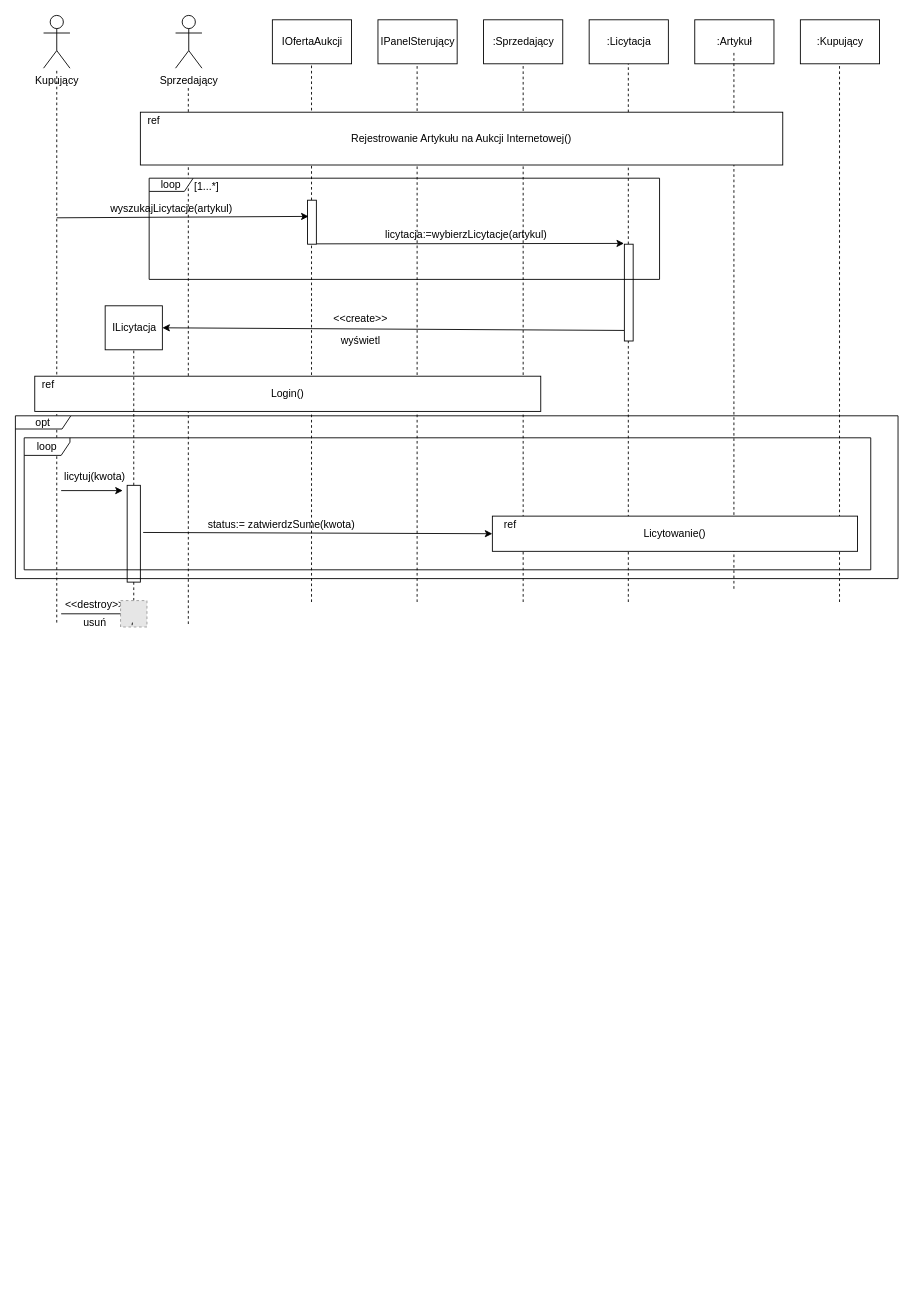
Before: Projekt5.drawio in kamilmix/e-learning_UCD, a draw.io diagram. Source tidied: cells renumbered, new cells numbered last; positions are measured from the earlier drawing's top-left corner, leaving out a move shared by most shapes. Both pictures are drawn from the tidied source at 88%, with x=0, y=0 at pixel (15, 15). Pictures stored in the file or linked from it are replaced by grey dashed boxes.
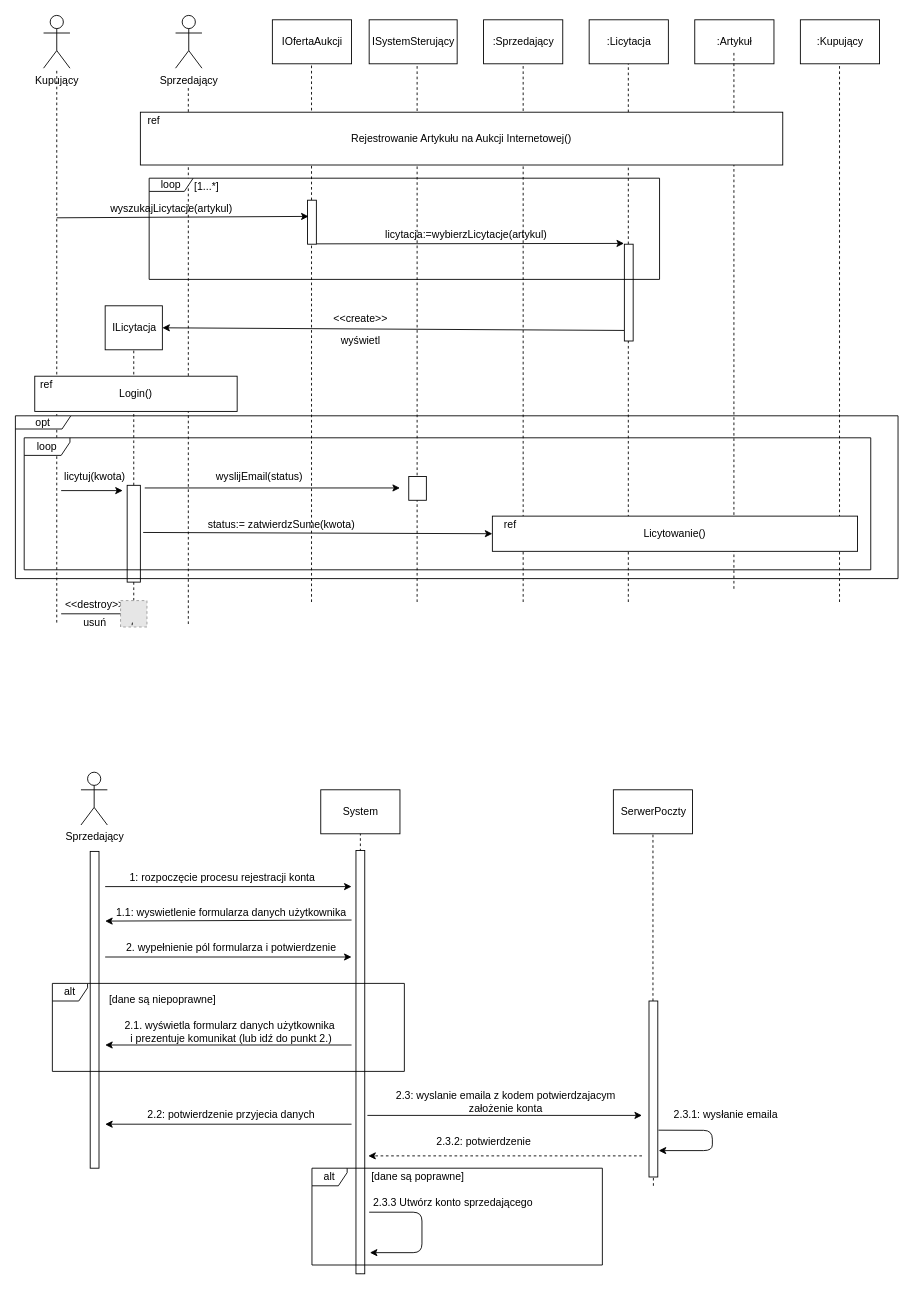
After the change.

Change to the diagram source:
```diff
@@
-    <mxCell id="7" value="IPanelSterujący" style="html=1;" parent="1" vertex="1">
-      <mxGeometry x="412" y="5" width="90" height="50" as="geometry" />
+    <mxCell id="7" value="ISystemSterujący" style="html=1;" parent="1" vertex="1">
+      <mxGeometry x="402" y="5" width="100" height="50" as="geometry" />
     </mxCell>
@@
-    <mxCell id="34" value="Login()" style="rounded=0;whiteSpace=wrap;html=1;fillColor=#ffffff;" parent="1" vertex="1">
-      <mxGeometry x="22" y="410" width="575" height="40" as="geometry" />
-    </mxCell>
-    <mxCell id="35" value="ref" style="text;html=1;align=center;verticalAlign=middle;" parent="1" vertex="1">
-      <mxGeometry x="22" y="410" width="30" height="20" as="geometry" />
-    </mxCell>
@@
+    <mxCell id="52" value="Sprzedający" style="shape=umlActor;verticalLabelPosition=bottom;labelBackgroundColor=#ffffff;verticalAlign=top;html=1;fillColor=#ffffff;" parent="1" vertex="1">
+      <mxGeometry x="74.5" y="860" width="30" height="60" as="geometry" />
+    </mxCell>
+    <mxCell id="53" style="html=1;perimeter=orthogonalPerimeter;fillColor=#ffffff;" parent="1" vertex="1">
+      <mxGeometry x="85" y="950" width="10" height="360" as="geometry" />
+    </mxCell>
+    <mxCell id="54" value="System" style="html=1;" parent="1" vertex="1">
+      <mxGeometry x="347" y="880" width="90" height="50" as="geometry" />
+    </mxCell>
+    <mxCell id="55" value="SerwerPoczty" style="html=1;" parent="1" vertex="1">
+      <mxGeometry x="679.5" y="880" width="90" height="50" as="geometry" />
+    </mxCell>
+    <mxCell id="56" style="endArrow=none;dashed=1;html=1;entryX=0.5;entryY=1;entryDx=0;entryDy=0;" parent="1" edge="1" target="54">
+      <mxGeometry relative="1" as="geometry">
+        <mxPoint x="392" y="1430" as="sourcePoint" />
+      </mxGeometry>
+    </mxCell>
+    <mxCell id="57" style="endArrow=classic;html=1;" parent="1" edge="1">
+      <mxGeometry relative="1" as="geometry">
+        <mxPoint x="102" y="990" as="sourcePoint" />
+        <mxPoint x="382" y="990" as="targetPoint" />
+      </mxGeometry>
+    </mxCell>
+    <mxCell id="58" value="1: rozpoczęcie procesu rejestracji konta" style="text;html=1;align=center;verticalAlign=middle;" parent="1" vertex="1">
+      <mxGeometry x="119.5" y="970" width="230" height="20" as="geometry" />
+    </mxCell>
+    <mxCell id="59" style="endArrow=classic;html=1;entryX=-0.009;entryY=0.96;entryDx=0;entryDy=0;entryPerimeter=0;" parent="1" edge="1" target="60">
+      <mxGeometry relative="1" as="geometry">
+        <mxPoint x="382" y="1028" as="sourcePoint" />
+      </mxGeometry>
+    </mxCell>
+    <mxCell id="60" value="1.1: wyswietlenie formularza danych użytkownika" style="text;html=1;align=center;verticalAlign=middle;points=[];" parent="1" vertex="1">
+      <mxGeometry x="104.5" y="1010" width="280" height="20" as="geometry" />
+    </mxCell>
+    <mxCell id="61" style="endArrow=classic;html=1;" parent="1" edge="1">
+      <mxGeometry relative="1" as="geometry">
+        <mxPoint x="102" y="1070" as="sourcePoint" />
+        <mxPoint x="382" y="1070" as="targetPoint" />
+      </mxGeometry>
+    </mxCell>
+    <mxCell id="62" value="2. wypełnienie pól formularza i potwierdzenie" style="text;html=1;align=center;verticalAlign=middle;" parent="1" vertex="1">
+      <mxGeometry x="119.5" y="1050" width="250" height="20" as="geometry" />
+    </mxCell>
+    <mxCell id="63" style="endArrow=classic;html=1;" parent="1" edge="1">
+      <mxGeometry relative="1" as="geometry">
+        <mxPoint x="382" y="1170" as="sourcePoint" />
+        <mxPoint x="102" y="1170" as="targetPoint" />
+      </mxGeometry>
+    </mxCell>
+    <mxCell id="64" value="2.1. wyświetla formularz danych użytkownika&amp;nbsp;&lt;br&gt;i prezentuje komunikat (lub idź do punkt 2.)" style="text;html=1;align=center;verticalAlign=middle;" parent="1" vertex="1">
+      <mxGeometry x="114.5" y="1140" width="260" height="30" as="geometry" />
+    </mxCell>
+    <mxCell id="65" value="[dane są niepoprawne]" style="text;html=1;align=center;verticalAlign=middle;" parent="1" vertex="1">
+      <mxGeometry x="97" y="1109" width="140" height="20" as="geometry" />
+    </mxCell>
+    <mxCell id="66" value="2.2: potwierdzenie przyjecia danych" style="text;html=1;align=center;verticalAlign=middle;" parent="1" vertex="1">
+      <mxGeometry x="139.5" y="1240" width="210" height="20" as="geometry" />
+    </mxCell>
+    <mxCell id="67" style="endArrow=classic;html=1;" parent="1" edge="1">
+      <mxGeometry relative="1" as="geometry">
+        <mxPoint x="382" y="1260" as="sourcePoint" />
+        <mxPoint x="102" y="1260" as="targetPoint" />
+      </mxGeometry>
+    </mxCell>
+    <mxCell id="68" style="html=1;points=[];perimeter=orthogonalPerimeter;fillColor=#ffffff;" parent="1" vertex="1">
+      <mxGeometry x="387" y="949" width="10" height="481" as="geometry" />
+    </mxCell>
+    <mxCell id="69" value="alt" style="shape=umlFrame;whiteSpace=wrap;html=1;fillColor=#ffffff;width=40;height=20;" parent="1" vertex="1">
+      <mxGeometry x="42" y="1100" width="400" height="100" as="geometry" />
+    </mxCell>
+    <mxCell id="70" style="endArrow=none;dashed=1;html=1;entryX=0.5;entryY=1;entryDx=0;entryDy=0;" parent="1" edge="1" source="75" target="55">
+      <mxGeometry relative="1" as="geometry" />
+    </mxCell>
+    <mxCell id="71" style="endArrow=classic;html=1;" parent="1" edge="1">
+      <mxGeometry relative="1" as="geometry">
+        <mxPoint x="400" y="1250" as="sourcePoint" />
+        <mxPoint x="712" y="1250" as="targetPoint" />
+      </mxGeometry>
+    </mxCell>
+    <mxCell id="72" value="2.3: wyslanie emaila z kodem potwierdzajacym&lt;br&gt;założenie konta" style="text;html=1;align=center;verticalAlign=middle;" parent="1" vertex="1">
+      <mxGeometry x="422" y="1220" width="270" height="30" as="geometry" />
+    </mxCell>
+    <mxCell id="73" style="endArrow=classic;html=1;dashed=1;" parent="1" edge="1">
+      <mxGeometry relative="1" as="geometry">
+        <mxPoint x="712" y="1296" as="sourcePoint" />
+        <mxPoint x="401" y="1296" as="targetPoint" />
+      </mxGeometry>
+    </mxCell>
+    <mxCell id="74" value="2.3.2: potwierdzenie" style="text;html=1;align=center;verticalAlign=middle;" parent="1" vertex="1">
+      <mxGeometry x="472" y="1270" width="120" height="20" as="geometry" />
+    </mxCell>
+    <mxCell id="75" style="html=1;points=[];perimeter=orthogonalPerimeter;fillColor=#ffffff;" parent="1" vertex="1">
+      <mxGeometry x="720" y="1120" width="10" height="200" as="geometry" />
+    </mxCell>
+    <mxCell id="76" style="endArrow=none;dashed=1;html=1;entryX=0.5;entryY=1;entryDx=0;entryDy=0;" parent="1" edge="1" target="75">
+      <mxGeometry relative="1" as="geometry">
+        <mxPoint x="725" y="1330" as="sourcePoint" />
+      </mxGeometry>
+    </mxCell>
+    <mxCell id="77" style="endArrow=classic;html=1;exitX=1.08;exitY=0.734;exitDx=0;exitDy=0;exitPerimeter=0;" parent="1" edge="1" source="75">
+      <mxGeometry relative="1" as="geometry">
+        <mxPoint x="731" y="1290" as="targetPoint" />
+        <Array as="points">
+          <mxPoint x="792" y="1267" />
+          <mxPoint x="792" y="1290" />
+        </Array>
+      </mxGeometry>
+    </mxCell>
+    <mxCell id="78" value="2.3.1: wysłanie emaila" style="text;html=1;align=center;verticalAlign=middle;" parent="1" vertex="1">
+      <mxGeometry x="742" y="1240" width="130" height="20" as="geometry" />
+    </mxCell>
+    <mxCell id="34" value="Login()" style="rounded=0;whiteSpace=wrap;html=1;fillColor=#ffffff;" parent="1" vertex="1">
+      <mxGeometry x="22" y="410" width="230" height="40" as="geometry" />
+    </mxCell>
+    <mxCell id="35" value="ref" style="text;html=1;align=center;verticalAlign=middle;" parent="1" vertex="1">
+      <mxGeometry x="19.5" y="410" width="30" height="20" as="geometry" />
+    </mxCell>
+    <mxCell id="79" style="endArrow=classic;html=1;entryX=1.58;entryY=0.95;entryDx=0;entryDy=0;entryPerimeter=0;" parent="1" edge="1" target="68">
+      <mxGeometry relative="1" as="geometry">
+        <mxPoint x="402" y="1360" as="sourcePoint" />
+        <Array as="points">
+          <mxPoint x="462" y="1360" />
+          <mxPoint x="462" y="1406" />
+        </Array>
+      </mxGeometry>
+    </mxCell>
+    <mxCell id="80" value="2.3.3 Utwórz konto sprzedającego" style="text;html=1;align=center;verticalAlign=middle;" parent="1" vertex="1">
+      <mxGeometry x="397" y="1340" width="200" height="20" as="geometry" />
+    </mxCell>
+    <mxCell id="81" value="alt" style="shape=umlFrame;whiteSpace=wrap;html=1;fillColor=#ffffff;width=40;height=20;" parent="1" vertex="1">
+      <mxGeometry x="337" y="1310" width="330" height="110" as="geometry" />
+    </mxCell>
+    <mxCell id="82" value="[dane są poprawne]" style="text;html=1;align=center;verticalAlign=middle;" parent="1" vertex="1">
+      <mxGeometry x="397" y="1310" width="120" height="20" as="geometry" />
+    </mxCell>
+    <mxCell id="83" style="rounded=0;whiteSpace=wrap;html=1;fillColor=#ffffff;" parent="1" vertex="1">
+      <mxGeometry x="447" y="524" width="20" height="27" as="geometry" />
+    </mxCell>
+    <mxCell id="84" style="endArrow=classic;html=1;" parent="1" edge="1">
+      <mxGeometry relative="1" as="geometry">
+        <mxPoint x="147" y="537" as="sourcePoint" />
+        <mxPoint x="437" y="537" as="targetPoint" />
+      </mxGeometry>
+    </mxCell>
+    <mxCell id="85" value="wyslijEmail(status)" style="text;html=1;align=center;verticalAlign=middle;" parent="1" vertex="1">
+      <mxGeometry x="222" y="514" width="110" height="20" as="geometry" />
+    </mxCell>
```
